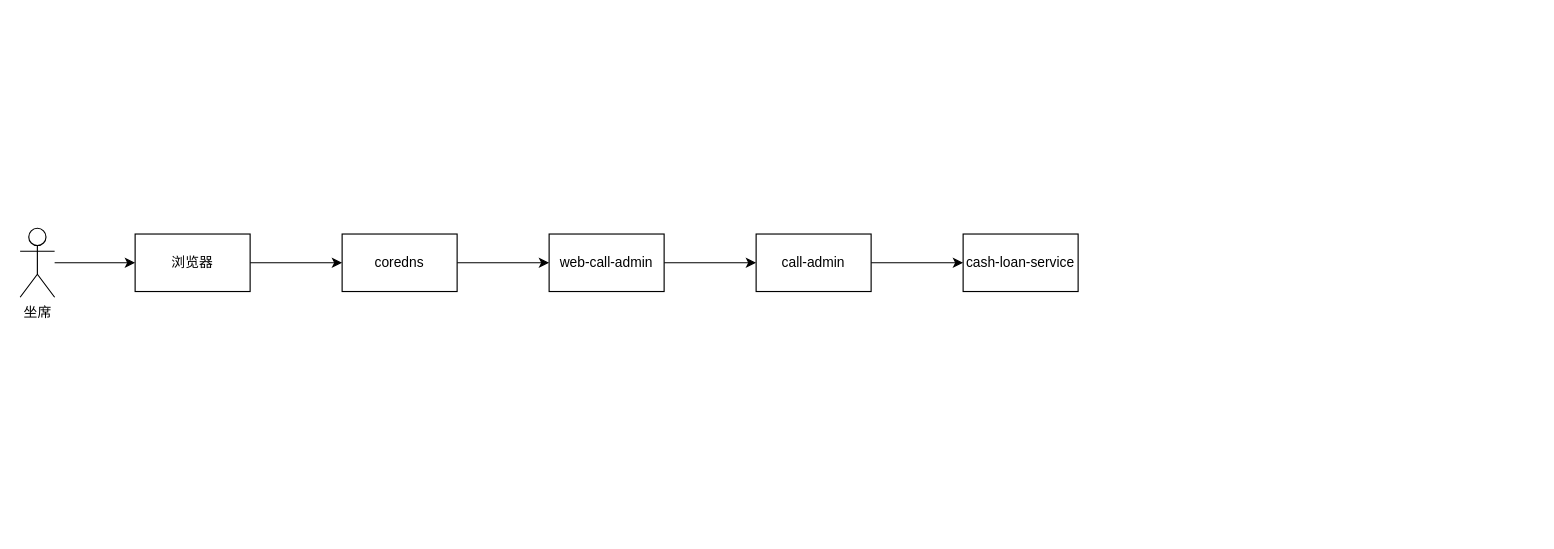
Before: 电销案件处理.drawio in ABIN-DS/flowchart, a draw.io diagram. Source tidied: cells renumbered, new cells numbered last; positions are measured from the earlier drawing's top-left corner, leaving out a move shared by most shapes. Both pictures are drawn from the tidied source at 115%, with x=0, y=0 at pixel (20, 228).
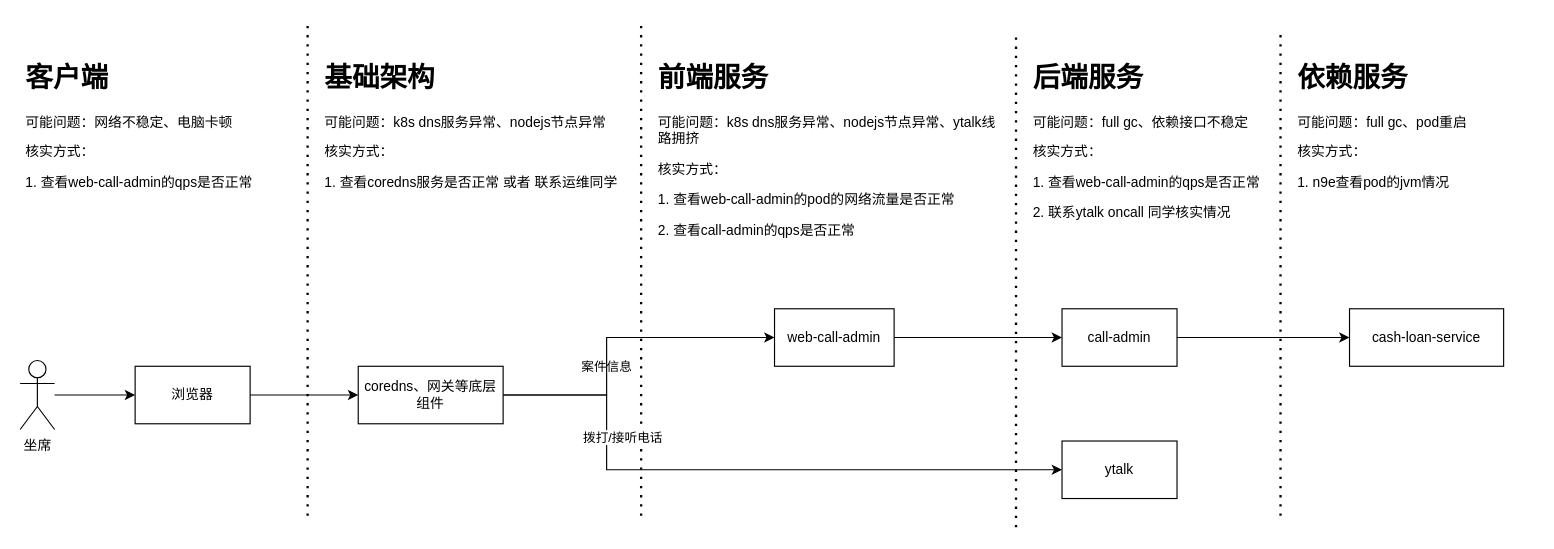
The same page after the edit.

Commit message (it also covers changes not shown here):
更新电销案件处理.drawio

What changed in the source:
```diff
@@
     <mxCell id="3" value="坐席" style="shape=umlActor;verticalLabelPosition=bottom;verticalAlign=top;html=1;outlineConnect=0;" parent="1" vertex="1">
-      <mxGeometry width="30" height="60" as="geometry" />
+      <mxGeometry y="115" width="30" height="60" as="geometry" />
     </mxCell>
-    <mxCell id="4" style="edgeStyle=orthogonalEdgeStyle;rounded=0;jettySize=auto;html=1;" parent="1" edge="1" source="5" target="7">
+    <mxCell id="4" style="edgeStyle=orthogonalEdgeStyle;rounded=0;jettySize=auto;html=1;exitX=1;exitY=0.5;exitDx=0;exitDy=0;" parent="1" edge="1" source="5" target="7">
       <mxGeometry relative="1" as="geometry" />
     </mxCell>
+    <mxCell id="13" value="案件信息" style="edgeLabel;html=1;align=center;verticalAlign=middle;" parent="4" vertex="1">
+      <mxGeometry x="0.18" relative="1" as="geometry">
+        <mxPoint x="254" y="-25" as="offset" />
+      </mxGeometry>
+    </mxCell>
     <mxCell id="5" value="浏览器" style="rounded=0;whiteSpace=wrap;html=1;" parent="1" vertex="1">
-      <mxGeometry x="100" y="5" width="100" height="50" as="geometry" />
+      <mxGeometry x="100" y="120" width="100" height="50" as="geometry" />
     </mxCell>
-    <mxCell id="6" style="edgeStyle=orthogonalEdgeStyle;rounded=0;jettySize=auto;html=1;" parent="1" edge="1" source="7" target="9">
-      <mxGeometry relative="1" as="geometry" />
-    </mxCell>
-    <mxCell id="7" value="coredns" style="rounded=0;whiteSpace=wrap;html=1;" parent="1" vertex="1">
-      <mxGeometry x="280" y="5" width="100" height="50" as="geometry" />
-    </mxCell>
@@
     <mxCell id="9" value="web-call-admin" style="rounded=0;whiteSpace=wrap;html=1;" parent="1" vertex="1">
-      <mxGeometry x="460" y="5" width="100" height="50" as="geometry" />
+      <mxGeometry x="656" y="70" width="104" height="50" as="geometry" />
     </mxCell>
@@
     <mxCell id="11" value="call-admin" style="rounded=0;whiteSpace=wrap;html=1;" parent="1" vertex="1">
-      <mxGeometry x="640" y="5" width="100" height="50" as="geometry" />
+      <mxGeometry x="906" y="70" width="100" height="50" as="geometry" />
     </mxCell>
     <mxCell id="12" value="cash-loan-service" style="rounded=0;whiteSpace=wrap;html=1;" parent="1" vertex="1">
-      <mxGeometry x="820" y="5" width="100" height="50" as="geometry" />
+      <mxGeometry x="1156" y="70" width="134" height="50" as="geometry" />
     </mxCell>
+    <mxCell id="14" value="ytalk" style="rounded=0;whiteSpace=wrap;html=1;" parent="1" vertex="1">
+      <mxGeometry x="906" y="185" width="100" height="50" as="geometry" />
+    </mxCell>
+    <mxCell id="15" style="endArrow=none;dashed=1;html=1;dashPattern=1 3;strokeWidth=2;rounded=0;" parent="1" edge="1">
+      <mxGeometry relative="1" as="geometry">
+        <mxPoint x="540" y="250" as="sourcePoint" />
+        <mxPoint x="540" y="-180" as="targetPoint" />
+      </mxGeometry>
+    </mxCell>
+    <mxCell id="16" style="endArrow=none;dashed=1;html=1;dashPattern=1 3;strokeWidth=2;rounded=0;" parent="1" edge="1">
+      <mxGeometry relative="1" as="geometry">
+        <mxPoint x="866" y="260" as="sourcePoint" />
+        <mxPoint x="866" y="-170" as="targetPoint" />
+      </mxGeometry>
+    </mxCell>
+    <mxCell id="17" style="endArrow=none;dashed=1;html=1;dashPattern=1 3;strokeWidth=2;rounded=0;" parent="1" edge="1">
+      <mxGeometry relative="1" as="geometry">
+        <mxPoint x="1096" y="250" as="sourcePoint" />
+        <mxPoint x="1096" y="-170" as="targetPoint" />
+      </mxGeometry>
+    </mxCell>
+    <mxCell id="18" value="&lt;h1&gt;客户端&lt;/h1&gt;&lt;p&gt;可能问题：网络不稳定、电脑卡顿&lt;/p&gt;&lt;p&gt;核实方式：&lt;/p&gt;&lt;p&gt;1. 查看web-call-admin的qps是否正常&lt;/p&gt;" style="text;html=1;spacing=5;spacingTop=-20;whiteSpace=wrap;overflow=hidden;rounded=0;" parent="1" vertex="1">
+      <mxGeometry y="-150" width="210" height="145" as="geometry" />
+    </mxCell>
+    <mxCell id="19" value="&lt;h1&gt;前端服务&lt;/h1&gt;&lt;p&gt;可能问题：k8s dns服务异常、nodejs节点异常、ytalk线路拥挤&lt;/p&gt;&lt;p&gt;核实方式：&lt;/p&gt;&lt;p&gt;1. 查看web-call-admin的pod的网络流量是否正常&lt;/p&gt;&lt;p&gt;2. 查看call-admin的qps是否正常&lt;/p&gt;" style="text;html=1;spacing=5;spacingTop=-20;whiteSpace=wrap;overflow=hidden;rounded=0;" parent="1" vertex="1">
+      <mxGeometry x="550" y="-150" width="310" height="200" as="geometry" />
+    </mxCell>
+    <mxCell id="20" value="&lt;h1&gt;后端服务&lt;/h1&gt;&lt;p&gt;可能问题：full gc、依赖接口不稳定&lt;/p&gt;&lt;p&gt;核实方式：&lt;/p&gt;&lt;p&gt;1. 查看web-call-admin的qps是否正常&lt;/p&gt;&lt;p&gt;2. 联系ytalk oncall 同学核实情况&lt;br&gt;&lt;/p&gt;" style="text;html=1;spacing=5;spacingTop=-20;whiteSpace=wrap;overflow=hidden;rounded=0;" parent="1" vertex="1">
+      <mxGeometry x="876" y="-150" width="210" height="145" as="geometry" />
+    </mxCell>
+    <mxCell id="21" value="&lt;h1&gt;依赖服务&lt;/h1&gt;&lt;p&gt;可能问题：full gc、pod重启&lt;/p&gt;&lt;p&gt;核实方式：&lt;/p&gt;&lt;p&gt;1. n9e查看pod的jvm情况&lt;/p&gt;" style="text;html=1;spacing=5;spacingTop=-20;whiteSpace=wrap;overflow=hidden;rounded=0;" parent="1" vertex="1">
+      <mxGeometry x="1106" y="-150" width="210" height="145" as="geometry" />
+    </mxCell>
+    <mxCell id="22" style="edgeStyle=orthogonalEdgeStyle;rounded=0;jettySize=auto;html=1;entryX=0;entryY=0.5;entryDx=0;entryDy=0;exitX=1;exitY=0.5;exitDx=0;exitDy=0;" parent="1" edge="1" source="7" target="14">
+      <mxGeometry relative="1" as="geometry">
+        <Array as="points">
+          <mxPoint x="510" y="145" />
+          <mxPoint x="510" y="210" />
+        </Array>
+      </mxGeometry>
+    </mxCell>
+    <mxCell id="23" value="拨打/接听电话" style="edgeLabel;html=1;align=center;verticalAlign=middle;" parent="22" vertex="1">
+      <mxGeometry x="-0.39" y="-2" relative="1" as="geometry">
+        <mxPoint y="-31" as="offset" />
+      </mxGeometry>
+    </mxCell>
+    <mxCell id="6" style="edgeStyle=orthogonalEdgeStyle;rounded=0;jettySize=auto;html=1;entryX=0;entryY=0.5;entryDx=0;entryDy=0;" parent="1" edge="1" source="7" target="9">
+      <mxGeometry relative="1" as="geometry">
+        <Array as="points">
+          <mxPoint x="510" y="145" />
+          <mxPoint x="510" y="95" />
+        </Array>
+      </mxGeometry>
+    </mxCell>
+    <mxCell id="7" value="coredns、网关等底层组件" style="rounded=0;whiteSpace=wrap;html=1;" parent="1" vertex="1">
+      <mxGeometry x="294" y="120" width="126" height="50" as="geometry" />
+    </mxCell>
+    <mxCell id="24" style="endArrow=none;dashed=1;html=1;dashPattern=1 3;strokeWidth=2;rounded=0;" parent="1" edge="1">
+      <mxGeometry relative="1" as="geometry">
+        <mxPoint x="250" y="250" as="sourcePoint" />
+        <mxPoint x="250" y="-180" as="targetPoint" />
+      </mxGeometry>
+    </mxCell>
+    <mxCell id="25" value="&lt;h1&gt;基础架构&lt;/h1&gt;&lt;p&gt;可能问题：k8s dns服务异常、nodejs节点异常&lt;/p&gt;&lt;p&gt;核实方式：&lt;/p&gt;&lt;p&gt;1. 查看coredns服务是否正常 或者 联系运维同学&lt;/p&gt;" style="text;html=1;spacing=5;spacingTop=-20;whiteSpace=wrap;overflow=hidden;rounded=0;" parent="1" vertex="1">
+      <mxGeometry x="260" y="-150" width="270" height="200" as="geometry" />
+    </mxCell>
```
